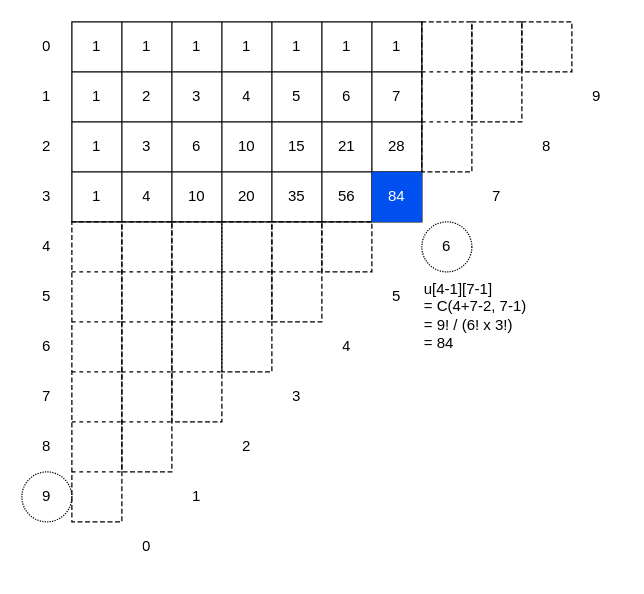
Earlier version of the draw.io diagram source/coding/62-unique-paths/pascal.drawio (calfzhou/gocalf.com). Source tidied: cells renumbered, new cells numbered last; positions are measured from the earlier drawing's top-left corner, leaving out a move shared by most shapes. Both pictures are drawn from the tidied source at 125%, with x=0, y=0 at pixel (21, 21).
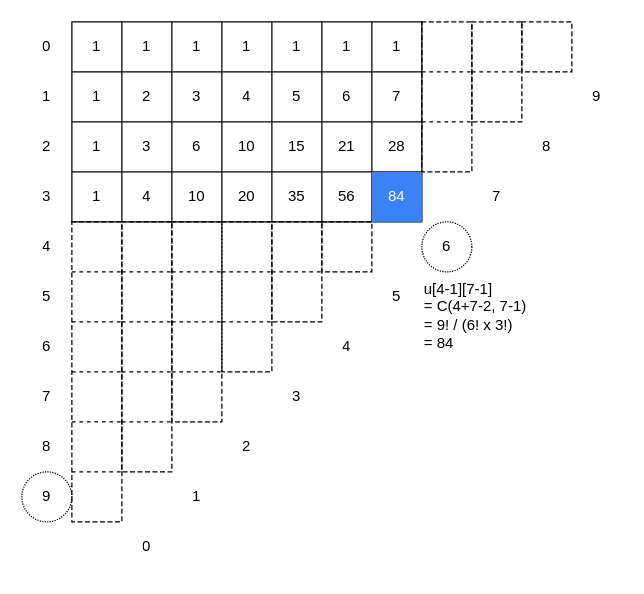
After the change.

Commit message:
refine(coding/62): update draw

The change refers to these unchanged cells:
```xml
<mxCell id="27" style="shape=tableRow;horizontal=0;startSize=0;swimlaneHead=0;swimlaneBody=0;strokeColor=inherit;top=0;left=0;bottom=0;right=0;fillColor=none;" parent="2" vertex="1">
  <mxGeometry y="120" width="280" height="40" as="geometry" />
</mxCell>
```

What changed in the source:
```diff
@@
-    <mxCell id="34" value="84" style="shape=partialRectangle;html=1;whiteSpace=wrap;strokeColor=#001DBC;overflow=hidden;fillColor=#0050ef;top=0;left=0;bottom=0;right=0;fillStyle=auto;strokeWidth=3;fontColor=#ffffff;" parent="27" vertex="1">
+    <mxCell id="34" value="84" style="shape=partialRectangle;html=1;whiteSpace=wrap;strokeColor=inherit;overflow=hidden;fillColor=#3b82f6;top=0;left=0;bottom=0;right=0;fillStyle=auto;strokeWidth=3;fontColor=#ffffff;" parent="27" vertex="1">
       <mxGeometry x="240" width="40" height="40" as="geometry" />
     </mxCell>
```
